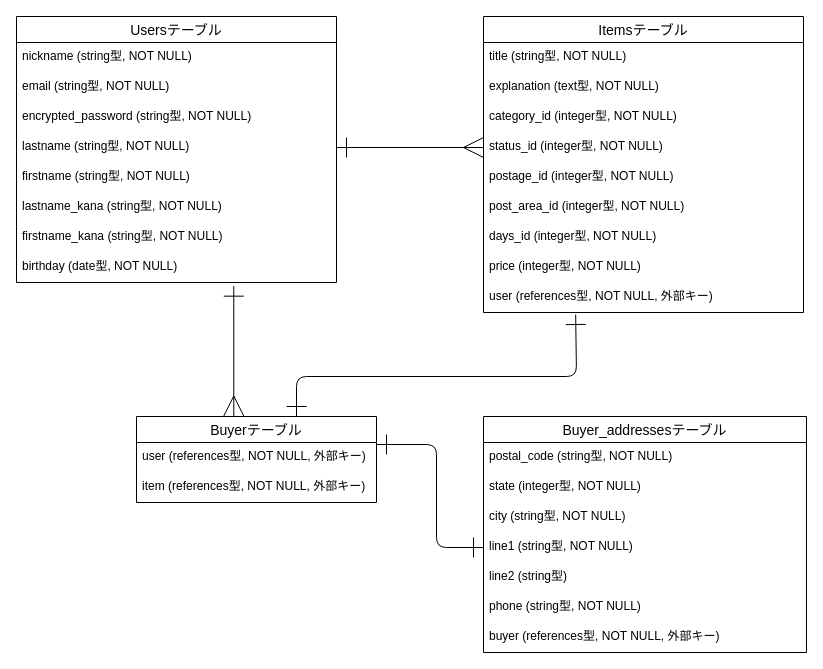
The draw.io diagram test.dio in morishitami/furima-37175, before the edit. Source tidied: cells renumbered, new cells numbered last; positions are measured from the earlier drawing's top-left corner, leaving out a move shared by most shapes. Both pictures are drawn from the tidied source at 100%, with x=0, y=0 at pixel (16, 16).
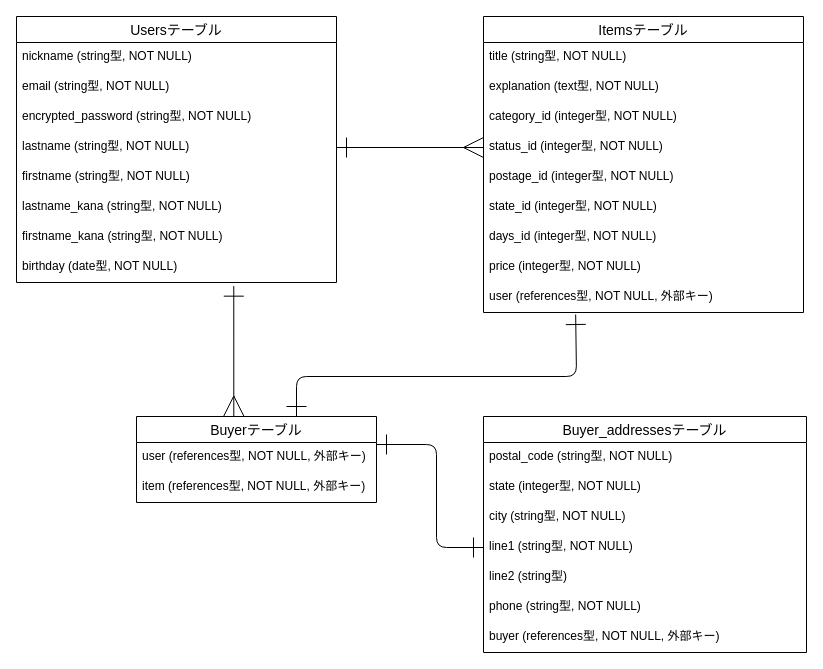
The same diagram, later.

Commit message (it also covers changes not shown here):
README及びER図再修正

Unchanged cells that the change refers to:
```xml
<mxCell id="11" value="Itemsテーブル" style="swimlane;fontStyle=0;horizontal=1;startSize=26;align=center;fontSize=14;" parent="1" vertex="1">
  <mxGeometry x="467" width="320" height="296" as="geometry" />
</mxCell>
```

The edit, as a diff of the source:
```diff
@@
-    <mxCell id="17" value="post_area_id (integer型, NOT NULL)" style="text;strokeColor=none;fillColor=none;spacingLeft=4;spacingRight=4;overflow=hidden;fontSize=12;" parent="11" vertex="1">
+    <mxCell id="17" value="state_id (integer型, NOT NULL)" style="text;strokeColor=none;fillColor=none;spacingLeft=4;spacingRight=4;overflow=hidden;fontSize=12;" parent="11" vertex="1">
       <mxGeometry y="176" width="320" height="30" as="geometry" />
     </mxCell>
```
